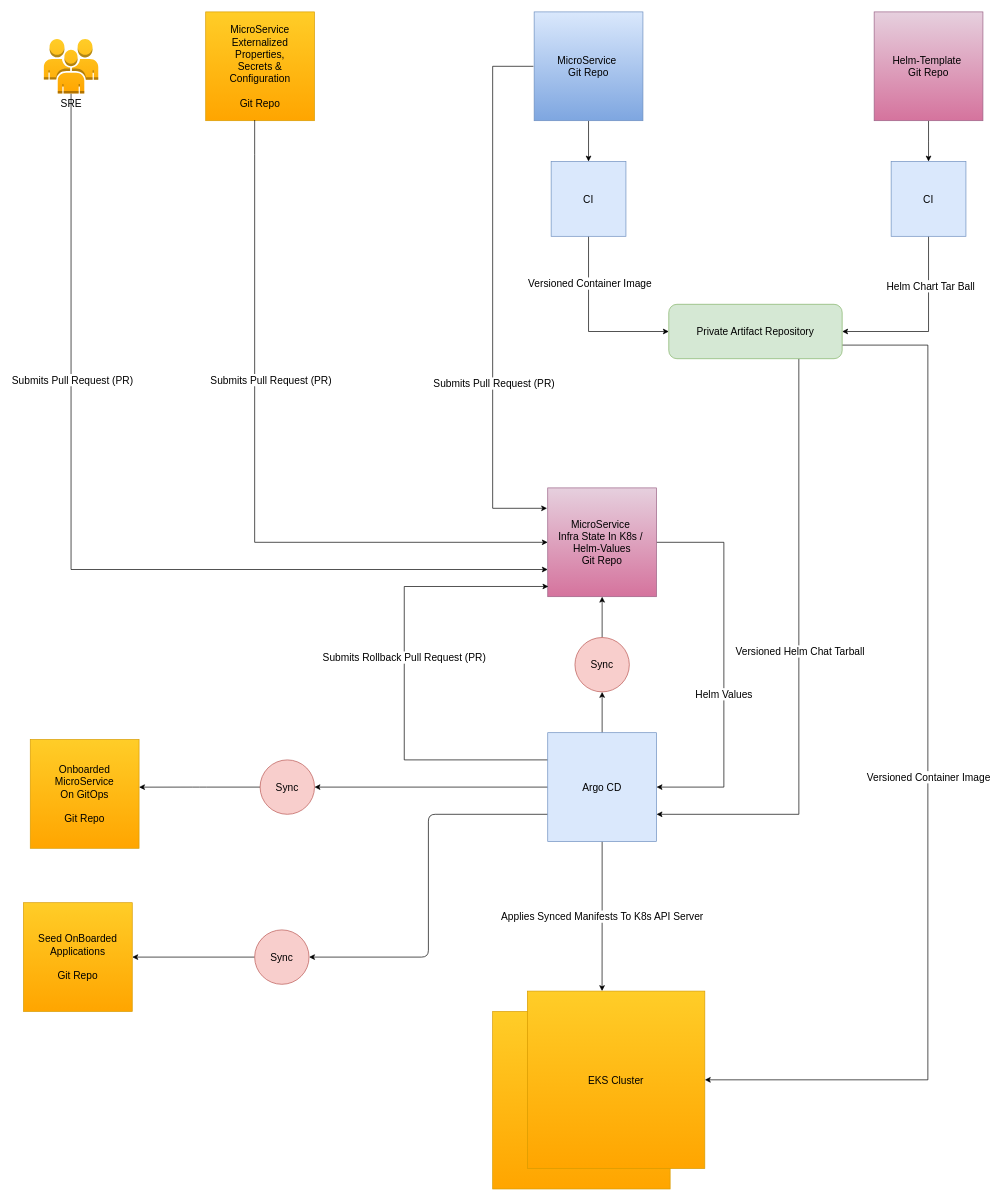
Before: gitSecOps/GitSecOps_High_Level.drawio in sinhasonalkumar/diagram, a draw.io diagram. Source tidied: cells renumbered, new cells numbered last; positions are measured from the earlier drawing's top-left corner, leaving out a move shared by most shapes. Both pictures are drawn from the tidied source at 68%, with x=0, y=0 at pixel (23, 12).
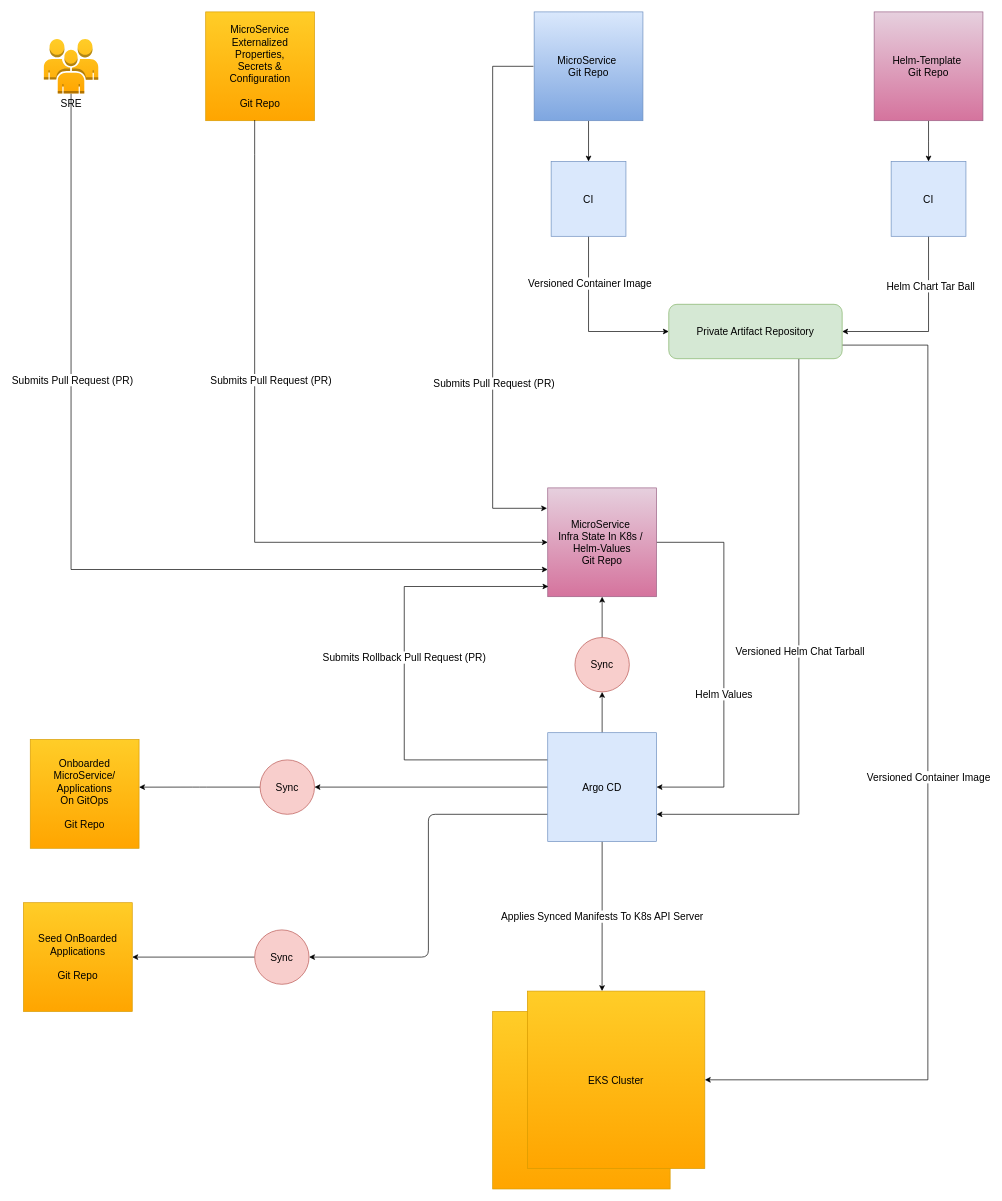
After the change.

Commit message (it also covers changes not shown here):
gitSecOps High Level

Diff of the diagram source:
```diff
@@
-    <mxCell id="39" value="&lt;div&gt;&lt;span style=&quot;font-size: 15px;&quot;&gt;Onboarded&lt;/span&gt;&lt;/div&gt;&lt;div&gt;&lt;span style=&quot;font-size: 15px;&quot;&gt;MicroService&lt;/span&gt;&lt;/div&gt;&lt;div&gt;&lt;span style=&quot;font-size: 15px;&quot;&gt;On GitOps&lt;/span&gt;&lt;/div&gt;&lt;div&gt;&lt;span style=&quot;font-size: 15px;&quot;&gt;&lt;br&gt;&lt;/span&gt;&lt;/div&gt;&lt;div&gt;&lt;span style=&quot;font-size: 15px;&quot;&gt;Git Repo&lt;/span&gt;&lt;/div&gt;" style="whiteSpace=wrap;html=1;fillColor=#ffcd28;strokeColor=#d79b00;gradientColor=#ffa500;" parent="1" vertex="1">
+    <mxCell id="39" value="&lt;div&gt;&lt;span style=&quot;font-size: 15px;&quot;&gt;Onboarded&lt;/span&gt;&lt;/div&gt;&lt;div&gt;&lt;span style=&quot;font-size: 15px;&quot;&gt;MicroService/&lt;/span&gt;&lt;/div&gt;&lt;div&gt;&lt;span style=&quot;font-size: 15px;&quot;&gt;Applications&lt;/span&gt;&lt;/div&gt;&lt;div&gt;&lt;span style=&quot;font-size: 15px;&quot;&gt;On GitOps&lt;/span&gt;&lt;/div&gt;&lt;div&gt;&lt;span style=&quot;font-size: 15px;&quot;&gt;&lt;br&gt;&lt;/span&gt;&lt;/div&gt;&lt;div&gt;&lt;span style=&quot;font-size: 15px;&quot;&gt;Git Repo&lt;/span&gt;&lt;/div&gt;" style="whiteSpace=wrap;html=1;fillColor=#ffcd28;strokeColor=#d79b00;gradientColor=#ffa500;" parent="1" vertex="1">
       <mxGeometry x="10" y="1070" width="160" height="160" as="geometry" />
     </mxCell>
```
